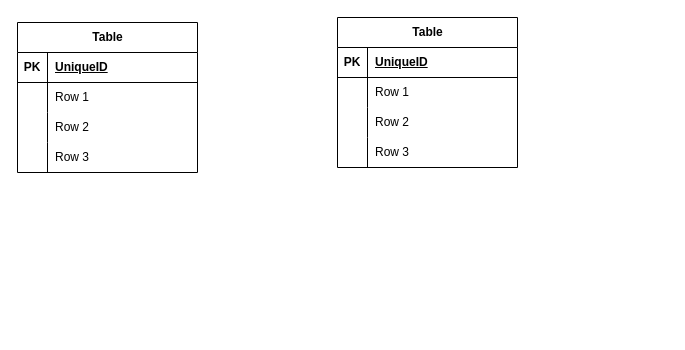
The draw.io diagram Diagrama sin título.drawio in danclon03/Entregables_Cedinsi, before the edit. Source tidied: cells renumbered, new cells numbered last; positions are measured from the earlier drawing's top-left corner, leaving out a move shared by most shapes. Both pictures are drawn from the tidied source at 100%, with x=0, y=0 at pixel (17, 17).
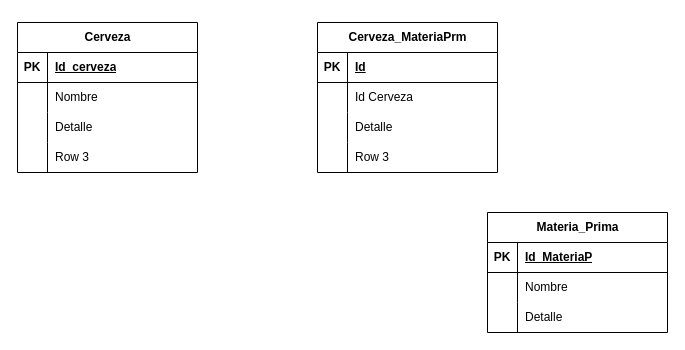
Above is the later version.

Unchanged cells that the change refers to:
```xml
<mxCell id="3" style="shape=tableRow;horizontal=0;startSize=0;swimlaneHead=0;swimlaneBody=0;fillColor=none;top=0;left=0;right=0;bottom=1;" parent="2" vertex="1">
  <mxGeometry y="30" width="180" height="30" as="geometry" />
</mxCell>
<mxCell id="6" style="shape=tableRow;horizontal=0;startSize=0;swimlaneHead=0;swimlaneBody=0;fillColor=none;top=0;left=0;right=0;bottom=0;" parent="2" vertex="1">
  <mxGeometry y="60" width="180" height="30" as="geometry" />
</mxCell>
<mxCell id="9" style="shape=tableRow;horizontal=0;startSize=0;swimlaneHead=0;swimlaneBody=0;fillColor=none;top=0;left=0;right=0;bottom=0;" parent="2" vertex="1">
  <mxGeometry y="90" width="180" height="30" as="geometry" />
</mxCell>
<mxCell id="16" style="shape=tableRow;horizontal=0;startSize=0;swimlaneHead=0;swimlaneBody=0;fillColor=none;top=0;left=0;right=0;bottom=1;" parent="15" vertex="1">
  <mxGeometry y="30" width="180" height="30" as="geometry" />
</mxCell>
<mxCell id="19" style="shape=tableRow;horizontal=0;startSize=0;swimlaneHead=0;swimlaneBody=0;fillColor=none;top=0;left=0;right=0;bottom=0;" parent="15" vertex="1">
  <mxGeometry y="60" width="180" height="30" as="geometry" />
</mxCell>
<mxCell id="22" style="shape=tableRow;horizontal=0;startSize=0;swimlaneHead=0;swimlaneBody=0;fillColor=none;top=0;left=0;right=0;bottom=0;" parent="15" vertex="1">
  <mxGeometry y="90" width="180" height="30" as="geometry" />
</mxCell>
```

Diff of the diagram source:
```diff
@@
-    <mxCell id="2" value="Table" style="shape=table;startSize=30;childLayout=tableLayout;rowLines=0;fontStyle=1;align=center;html=1;" parent="1" vertex="1">
+    <mxCell id="2" value="Cerveza" style="shape=table;startSize=30;childLayout=tableLayout;rowLines=0;fontStyle=1;align=center;html=1;" parent="1" vertex="1">
       <mxGeometry y="5" width="180" height="150" as="geometry" />
     </mxCell>
@@
-    <mxCell id="5" value="UniqueID" style="shape=partialRectangle;fillColor=none;top=0;left=0;bottom=0;right=0;align=left;spacingLeft=6;fontStyle=5;overflow=hidden;whiteSpace=wrap;html=1;" parent="3" vertex="1">
+    <mxCell id="5" value="Id_cerveza" style="shape=partialRectangle;fillColor=none;top=0;left=0;bottom=0;right=0;align=left;spacingLeft=6;fontStyle=5;overflow=hidden;whiteSpace=wrap;html=1;" parent="3" vertex="1">
       <mxGeometry x="30" width="150" height="30" as="geometry" />
     </mxCell>
@@
-    <mxCell id="8" value="Row 1" style="shape=partialRectangle;fillColor=none;top=0;left=0;bottom=0;right=0;align=left;spacingLeft=6;overflow=hidden;whiteSpace=wrap;html=1;" parent="6" vertex="1">
+    <mxCell id="8" value="Nombre" style="shape=partialRectangle;fillColor=none;top=0;left=0;bottom=0;right=0;align=left;spacingLeft=6;overflow=hidden;whiteSpace=wrap;html=1;" parent="6" vertex="1">
       <mxGeometry x="30" width="150" height="30" as="geometry" />
     </mxCell>
@@
-    <mxCell id="11" value="Row 2" style="shape=partialRectangle;fillColor=none;top=0;left=0;bottom=0;right=0;align=left;spacingLeft=6;overflow=hidden;whiteSpace=wrap;html=1;" parent="9" vertex="1">
+    <mxCell id="11" value="Detalle" style="shape=partialRectangle;fillColor=none;top=0;left=0;bottom=0;right=0;align=left;spacingLeft=6;overflow=hidden;whiteSpace=wrap;html=1;" parent="9" vertex="1">
       <mxGeometry x="30" width="150" height="30" as="geometry" />
     </mxCell>
@@
-    <mxCell id="15" value="Table" style="shape=table;startSize=30;childLayout=tableLayout;rowLines=0;fontStyle=1;align=center;html=1;" parent="1" vertex="1">
-      <mxGeometry x="320" width="180" height="150" as="geometry" />
+    <mxCell id="15" value="Materia_Prima" style="shape=table;startSize=30;childLayout=tableLayout;rowLines=0;fontStyle=1;align=center;html=1;" parent="1" vertex="1">
+      <mxGeometry x="470" y="195" width="180" height="120" as="geometry" />
     </mxCell>
@@
-    <mxCell id="18" value="UniqueID" style="shape=partialRectangle;fillColor=none;top=0;left=0;bottom=0;right=0;align=left;spacingLeft=6;fontStyle=5;overflow=hidden;whiteSpace=wrap;html=1;" parent="16" vertex="1">
+    <mxCell id="18" value="Id_MateriaP" style="shape=partialRectangle;fillColor=none;top=0;left=0;bottom=0;right=0;align=left;spacingLeft=6;fontStyle=5;overflow=hidden;whiteSpace=wrap;html=1;" parent="16" vertex="1">
       <mxGeometry x="30" width="150" height="30" as="geometry" />
     </mxCell>
@@
-    <mxCell id="21" value="Row 1" style="shape=partialRectangle;fillColor=none;top=0;left=0;bottom=0;right=0;align=left;spacingLeft=6;overflow=hidden;whiteSpace=wrap;html=1;" parent="19" vertex="1">
+    <mxCell id="21" value="Nombre" style="shape=partialRectangle;fillColor=none;top=0;left=0;bottom=0;right=0;align=left;spacingLeft=6;overflow=hidden;whiteSpace=wrap;html=1;" parent="19" vertex="1">
       <mxGeometry x="30" width="150" height="30" as="geometry" />
     </mxCell>
@@
-    <mxCell id="24" value="Row 2" style="shape=partialRectangle;fillColor=none;top=0;left=0;bottom=0;right=0;align=left;spacingLeft=6;overflow=hidden;whiteSpace=wrap;html=1;" parent="22" vertex="1">
+    <mxCell id="24" value="Detalle" style="shape=partialRectangle;fillColor=none;top=0;left=0;bottom=0;right=0;align=left;spacingLeft=6;overflow=hidden;whiteSpace=wrap;html=1;" parent="22" vertex="1">
       <mxGeometry x="30" width="150" height="30" as="geometry" />
     </mxCell>
+    <mxCell id="28" value="Cerveza_MateriaPrm" style="shape=table;startSize=30;childLayout=tableLayout;rowLines=0;fontStyle=1;align=center;html=1;" parent="1" vertex="1">
+      <mxGeometry x="300" y="5" width="180" height="150" as="geometry" />
+    </mxCell>
+    <mxCell id="29" style="shape=tableRow;horizontal=0;startSize=0;swimlaneHead=0;swimlaneBody=0;fillColor=none;top=0;left=0;right=0;bottom=1;" parent="28" vertex="1">
+      <mxGeometry y="30" width="180" height="30" as="geometry" />
+    </mxCell>
+    <mxCell id="30" value="PK" style="shape=partialRectangle;fillColor=none;top=0;left=0;bottom=0;right=0;fontStyle=1;overflow=hidden;whiteSpace=wrap;html=1;" parent="29" vertex="1">
+      <mxGeometry width="30" height="30" as="geometry" />
+    </mxCell>
+    <mxCell id="31" value="Id" style="shape=partialRectangle;fillColor=none;top=0;left=0;bottom=0;right=0;align=left;spacingLeft=6;fontStyle=5;overflow=hidden;whiteSpace=wrap;html=1;" parent="29" vertex="1">
+      <mxGeometry x="30" width="150" height="30" as="geometry" />
+    </mxCell>
+    <mxCell id="32" style="shape=tableRow;horizontal=0;startSize=0;swimlaneHead=0;swimlaneBody=0;fillColor=none;top=0;left=0;right=0;bottom=0;" parent="28" vertex="1">
+      <mxGeometry y="60" width="180" height="30" as="geometry" />
+    </mxCell>
+    <mxCell id="33" style="shape=partialRectangle;fillColor=none;top=0;left=0;bottom=0;right=0;overflow=hidden;whiteSpace=wrap;html=1;" parent="32" vertex="1">
+      <mxGeometry width="30" height="30" as="geometry" />
+    </mxCell>
+    <mxCell id="34" value="Id Cerveza" style="shape=partialRectangle;fillColor=none;top=0;left=0;bottom=0;right=0;align=left;spacingLeft=6;overflow=hidden;whiteSpace=wrap;html=1;" parent="32" vertex="1">
+      <mxGeometry x="30" width="150" height="30" as="geometry" />
+    </mxCell>
+    <mxCell id="35" style="shape=tableRow;horizontal=0;startSize=0;swimlaneHead=0;swimlaneBody=0;fillColor=none;top=0;left=0;right=0;bottom=0;" parent="28" vertex="1">
+      <mxGeometry y="90" width="180" height="30" as="geometry" />
+    </mxCell>
+    <mxCell id="36" style="shape=partialRectangle;fillColor=none;top=0;left=0;bottom=0;right=0;overflow=hidden;whiteSpace=wrap;html=1;" parent="35" vertex="1">
+      <mxGeometry width="30" height="30" as="geometry" />
+    </mxCell>
+    <mxCell id="37" value="Detalle" style="shape=partialRectangle;fillColor=none;top=0;left=0;bottom=0;right=0;align=left;spacingLeft=6;overflow=hidden;whiteSpace=wrap;html=1;" parent="35" vertex="1">
+      <mxGeometry x="30" width="150" height="30" as="geometry" />
+    </mxCell>
-    <mxCell id="25" style="shape=tableRow;horizontal=0;startSize=0;swimlaneHead=0;swimlaneBody=0;fillColor=none;top=0;left=0;right=0;bottom=0;" parent="15" vertex="1">
+    <mxCell id="25" style="shape=tableRow;horizontal=0;startSize=0;swimlaneHead=0;swimlaneBody=0;fillColor=none;top=0;left=0;right=0;bottom=0;" parent="28" vertex="1">
       <mxGeometry y="120" width="180" height="30" as="geometry" />
     </mxCell>
-    <mxCell id="26" style="shape=partialRectangle;fillColor=none;top=0;left=0;bottom=0;right=0;overflow=hidden;whiteSpace=wrap;html=1;" parent="25" vertex="1">
-      <mxGeometry width="30" height="30" as="geometry" />
-    </mxCell>
+    <mxCell id="38" style="shape=partialRectangle;fillColor=none;top=0;left=0;bottom=0;right=0;overflow=hidden;whiteSpace=wrap;html=1;" parent="25" vertex="1">
+      <mxGeometry width="30" height="30" as="geometry" />
+    </mxCell>
```
